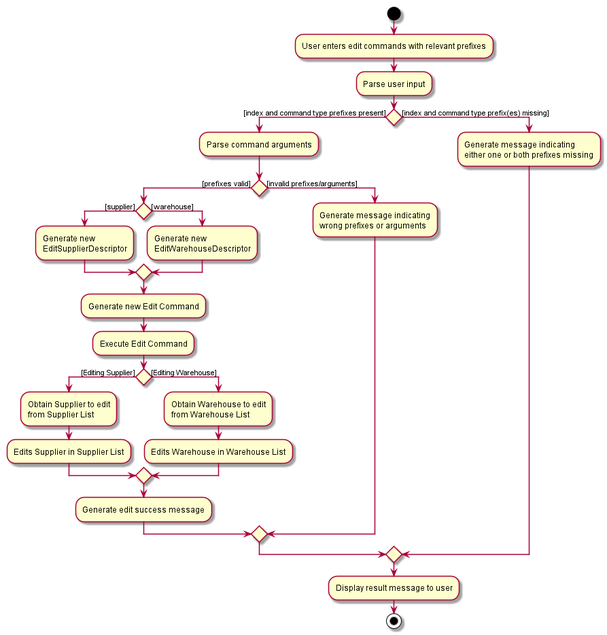
Above: docs/images/EditCommandActivityDiagram.png in tohyuting/tp (PlantUML), before the change. The source it was exported from:
```plantuml
@startuml
start
:User enters edit commands with relevant prefixes;
:Parse user input;


if () then ([index and command type prefixes present])
    :Parse command arguments;
    if () then([prefixes valid])
        if () then([supplier])
        :Generate new
        EditSupplierDescriptor;
        else ([warehouse])
        :Generate new
        EditWarehouseDescriptor;
        endif

        :Generate new Edit Command;
        :Execute Edit Command;

        if () then([Editing Supplier])
        :Obtain Supplier to edit
        from Supplier List;
        :Edits Supplier in Supplier List;
        else ([Editing Warehouse])
        :Obtain Warehouse to edit
        from Warehouse List;
        :Edits Warehouse in Warehouse List;
        endif
        :Generate edit success message;
    else ([invalid prefixes/arguments])
    :Generate message indicating
    wrong prefixes or arguments;
    endif
else ([index and command type prefix(es) missing])
    :Generate message indicating
    either one or both prefixes missing;
endif
:Display result message to user;
stop
@enduml
```
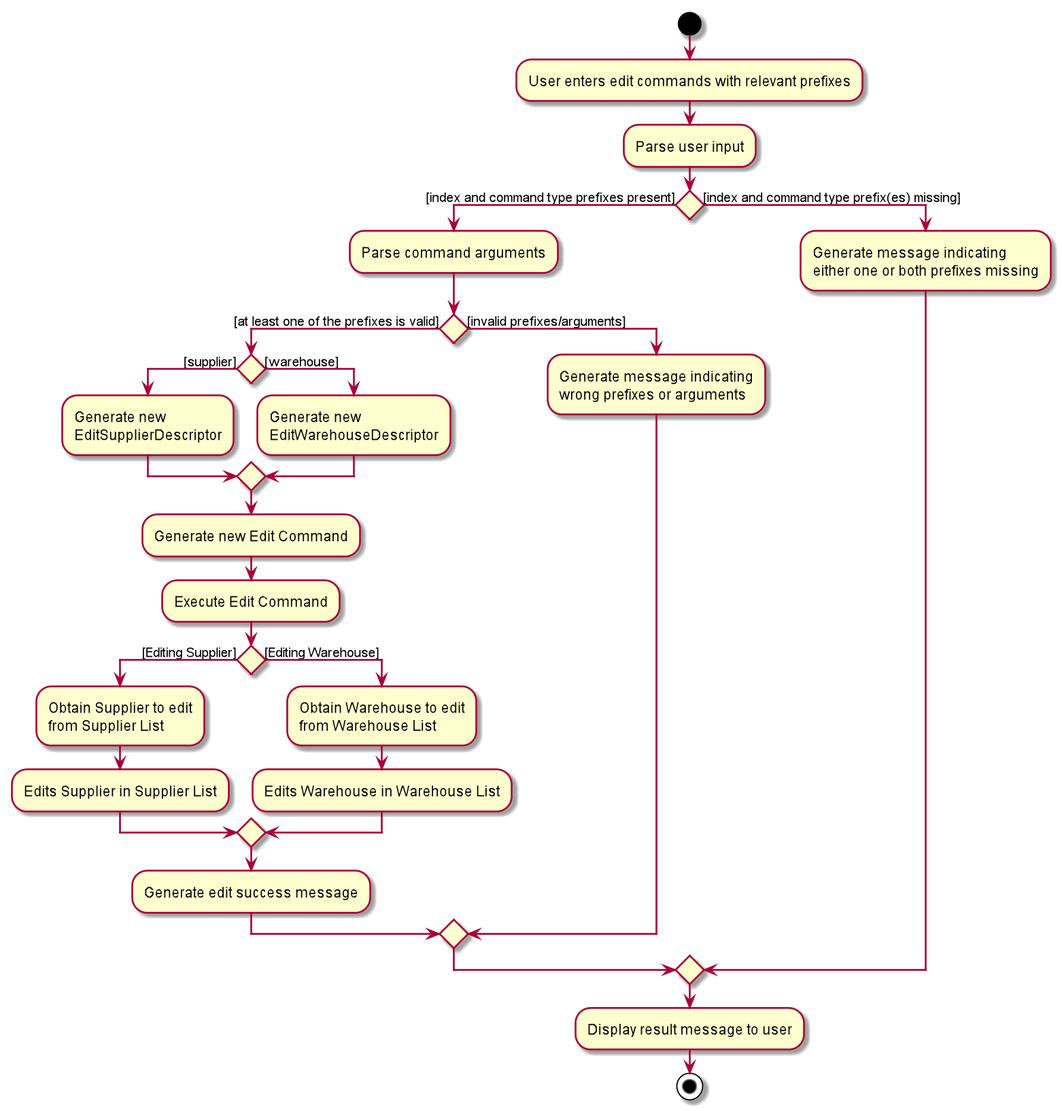
The same file after the commit.

The edit, as a diff of the source:
```diff
@@ -6,7 +6,7 @@
 
 if () then ([index and command type prefixes present])
     :Parse command arguments;
-    if () then([prefixes valid])
+    if () then([at least one of the prefixes is valid])
         if () then([supplier])
         :Generate new
         EditSupplierDescriptor;
```
